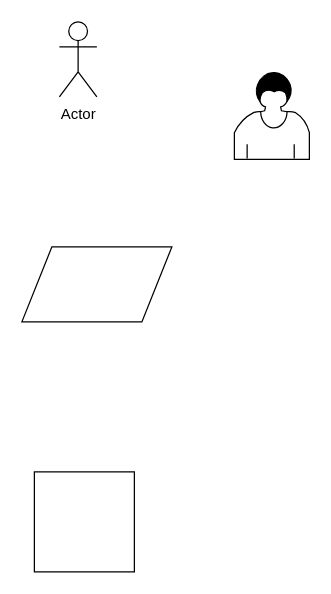
Before: MISC/text.drawio in CheeseBreadIsGood/Operations, a draw.io diagram. Source tidied: cells renumbered, new cells numbered last; positions are measured from the earlier drawing's top-left corner, leaving out a move shared by most shapes. Both pictures are drawn from the tidied source at 125%, with x=0, y=0 at pixel (21, 21).
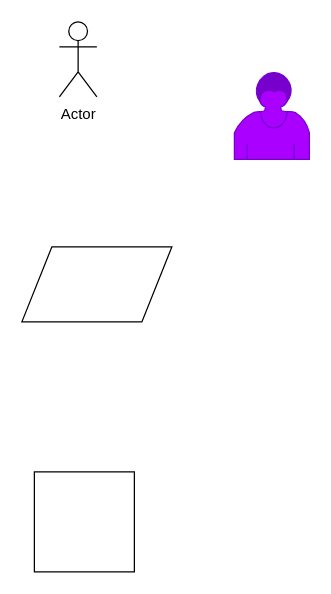
The same diagram, later.

Commit message (it also covers changes not shown here):
Made everything a Function

Diff of the diagram source:
```diff
@@
 <mxGraphModel>
   <root>
     <mxCell id="0" />
     <mxCell id="1" parent="0" />
     <mxCell id="2" style="shape=parallelogram;perimeter=parallelogramPerimeter;whiteSpace=wrap;html=1;" parent="1" vertex="1">
       <mxGeometry y="180" width="120" height="60" as="geometry" />
     </mxCell>
     <mxCell id="3" style="whiteSpace=wrap;html=1;" parent="1" vertex="1">
       <mxGeometry x="10" y="360" width="80" height="80" as="geometry" />
     </mxCell>
     <mxCell id="4" value="Actor" style="shape=umlActor;verticalLabelPosition=bottom;labelBackgroundColor=#ffffff;verticalAlign=top;html=1;" parent="1" vertex="1">
       <mxGeometry x="30" width="30" height="60" as="geometry" />
     </mxCell>
-    <mxCell id="5" style="shape=mxgraph.bpmn.user_task;html=1;" parent="1" vertex="1">
+    <mxCell id="5" style="shape=mxgraph.bpmn.user_task;html=1;fillColor=#aa00ff;strokeColor=#7700CC;fontColor=#ffffff;" parent="1" vertex="1">
       <mxGeometry x="170" y="40" width="60" height="70" as="geometry" />
     </mxCell>
   </root>
 </mxGraphModel>
```
